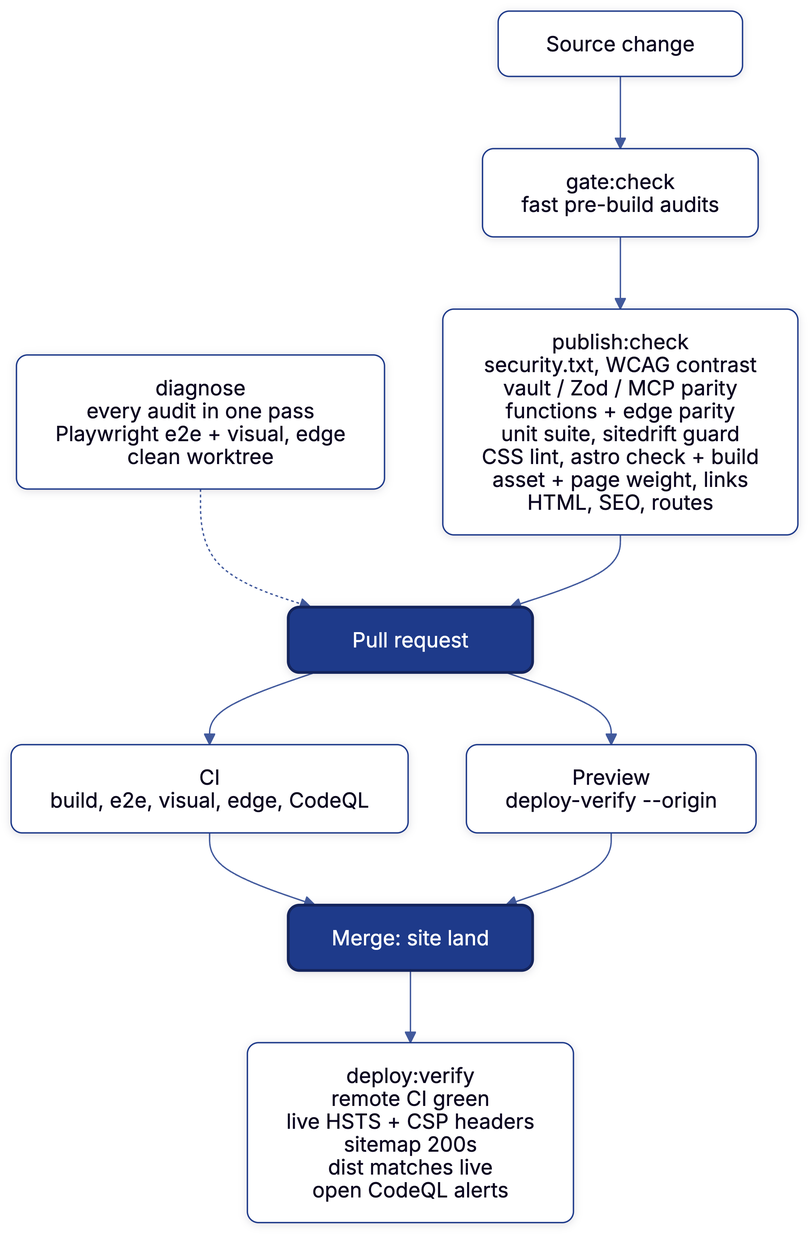
joeseverino/jseverino.com keeps this Mermaid diagram as docs/diagrams/gate-ladder.png. Above is the earlier version. Its source is kept beside it as docs/diagrams/gate-ladder.mmd.
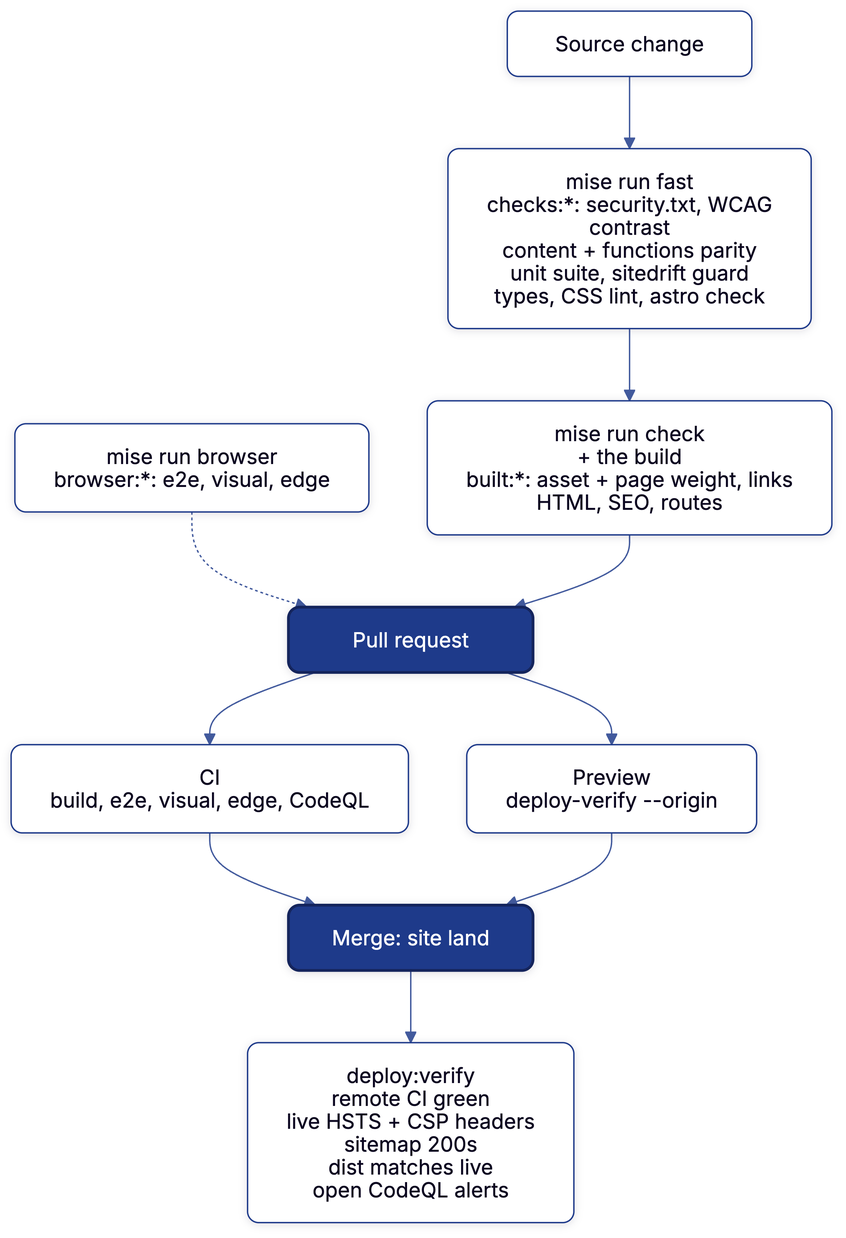
Above is the later version.

The edit, as a diff of the source:
```diff
@@ -1,8 +1,8 @@
 %%{init: { "htmlLabels": false } }%%
 flowchart TB
-    A["Source change"] --> G["gate:check<br/>fast pre-build audits"]
-    G --> B["publish:check<br/>security.txt, WCAG contrast<br/>vault / Zod / MCP parity<br/>functions + edge parity<br/>unit suite, sitedrift guard<br/>CSS lint, astro check + build<br/>asset + page weight, links<br/>HTML, SEO, routes"]
-    D["diagnose<br/>every audit in one pass<br/>Playwright e2e + visual, edge<br/>clean worktree"] -.-> PR
+    A["Source change"] --> G["mise run fast<br/>checks:*: security.txt, WCAG contrast<br/>content + functions parity<br/>unit suite, sitedrift guard<br/>types, CSS lint, astro check"]
+    G --> B["mise run check<br/>+ the build<br/>built:*: asset + page weight, links<br/>HTML, SEO, routes"]
+    D["mise run browser<br/>browser:*: e2e, visual, edge"] -.-> PR
     B --> PR["Pull request"]
     PR --> CI["CI<br/>build, e2e, visual, edge, CodeQL"]
     PR --> PV["Preview<br/>deploy-verify --origin"]
```
